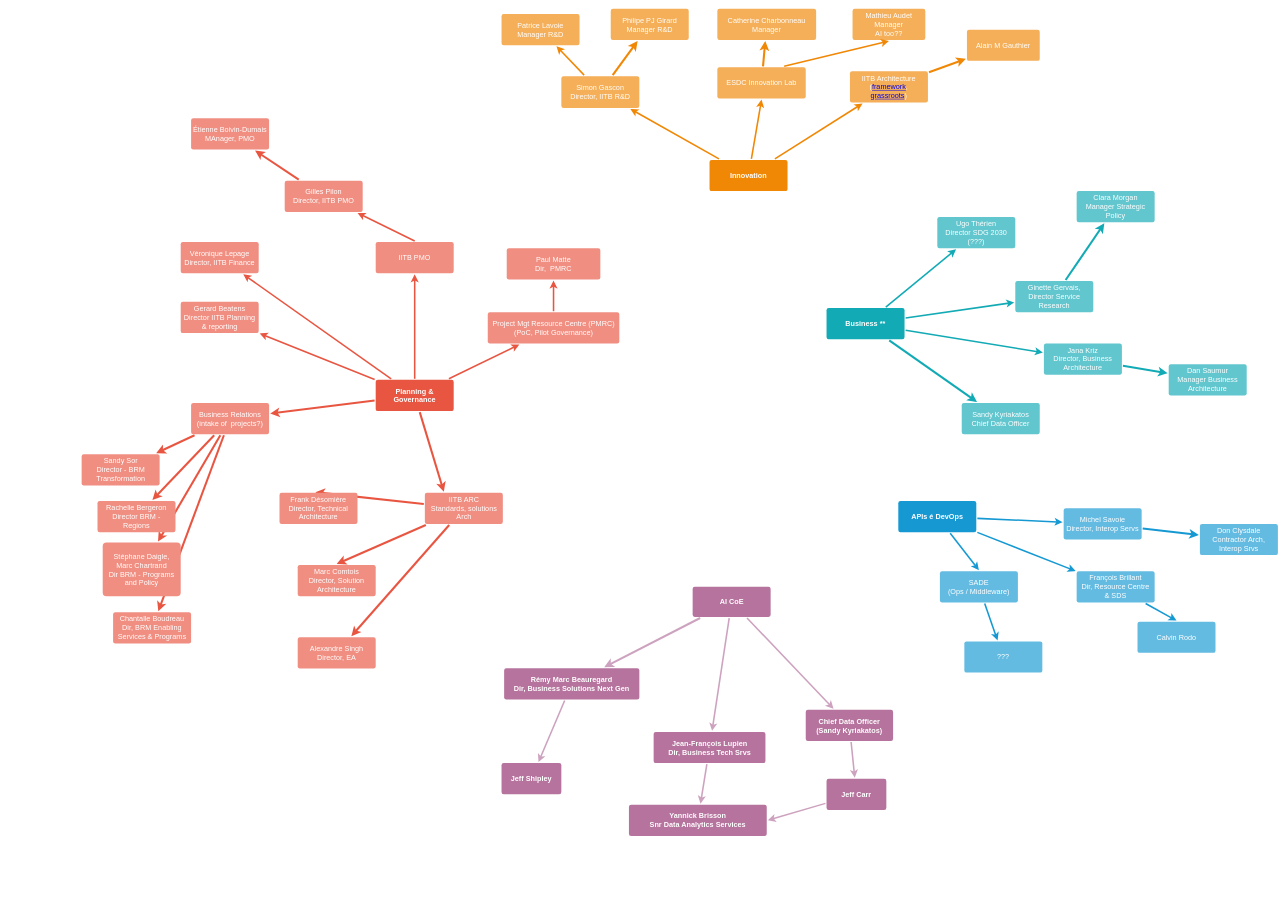
sara-sabr/ITStrategy keeps this draw.io diagram as ReferenceMaterials/Stakeholder MindMap.drawio. Above is the earlier version. Source tidied: cells renumbered, new cells numbered last; positions are measured from the earlier drawing's top-left corner, leaving out a move shared by most shapes. Both pictures are drawn from the tidied source at 52%, with x=0, y=0 at pixel (82, 9).
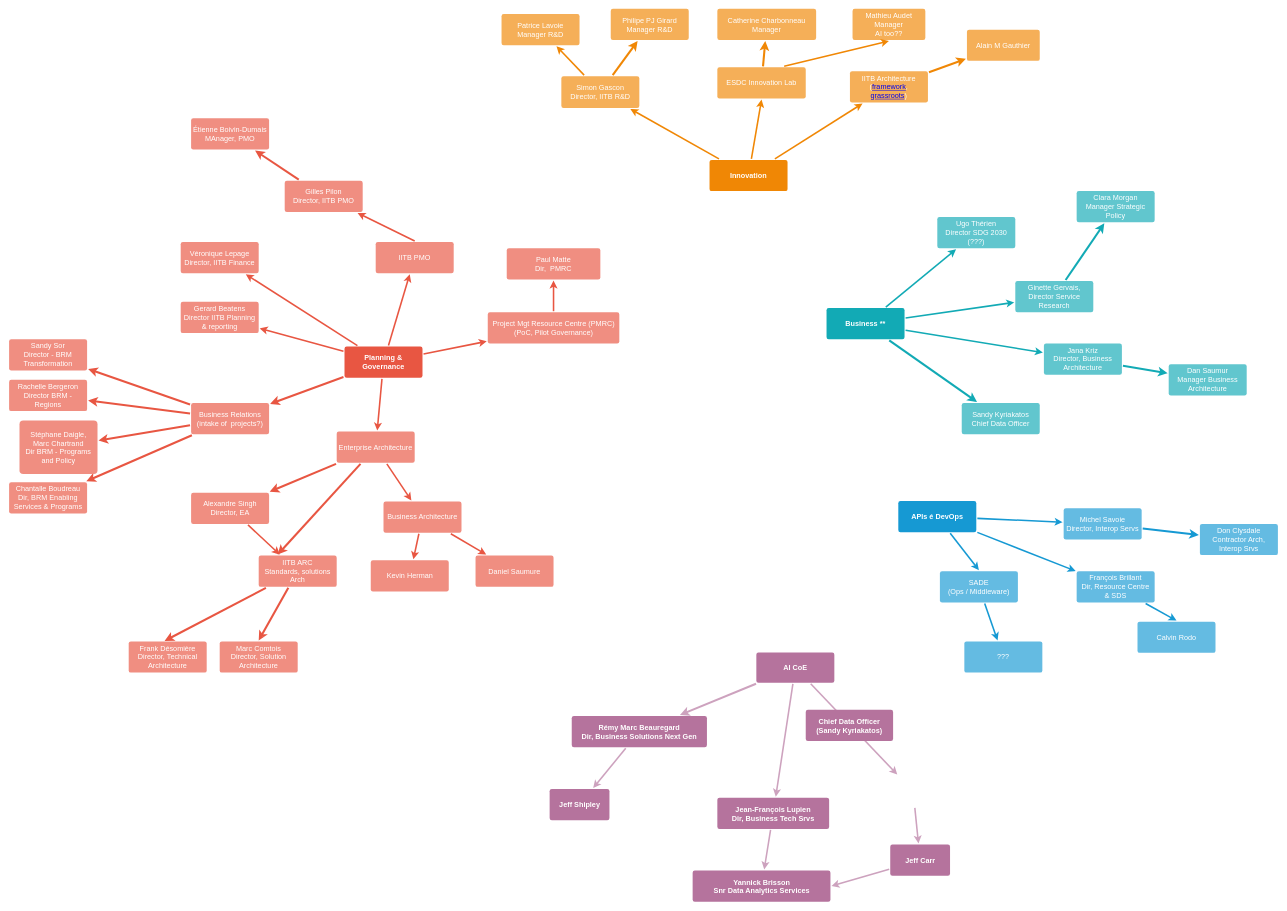
The same diagram, later.

Unchanged cells that the change refers to:
```xml
<mxCell id="74" value="&lt;div&gt;Chief Data Officer&lt;/div&gt;&lt;div&gt;(Sandy Kyriakatos)&lt;br&gt;&lt;/div&gt;" style="rounded=1;whiteSpace=wrap;html=1;shadow=0;labelBackgroundColor=none;strokeColor=none;strokeWidth=3;fillColor=#B5739D;fontFamily=Helvetica;fontSize=14;fontColor=#FFFFFF;align=center;spacing=5;fontStyle=1;arcSize=7;perimeterSpacing=2;" parent="1" vertex="1">
  <mxGeometry x="1392" y="1347.5" width="168" height="60" as="geometry" />
</mxCell>
```

Change to the diagram source:
```diff
@@
-    <mxCell id="5" style="edgeStyle=none;rounded=0;jettySize=auto;html=1;strokeColor=#E85642;strokeWidth=4;entryX=0.25;entryY=0;entryDx=0;entryDy=0;" parent="1" edge="1" source="8" target="49">
+    <mxCell id="5" style="edgeStyle=none;rounded=0;jettySize=auto;html=1;strokeColor=#E85642;strokeWidth=4;entryX=0.25;entryY=0;entryDx=0;entryDy=0;" parent="1" edge="1" source="95" target="49">
       <mxGeometry relative="1" as="geometry" />
     </mxCell>
@@
+    <mxCell id="92" style="rounded=0;jettySize=auto;html=1;strokeWidth=3;strokeColor=#E85642;" parent="1" edge="1" source="8" target="95">
+      <mxGeometry relative="1" as="geometry" />
+    </mxCell>
     <mxCell id="8" value="Planning &amp;amp; Governance" style="rounded=1;whiteSpace=wrap;html=1;shadow=0;labelBackgroundColor=none;strokeColor=none;strokeWidth=3;fillColor=#e85642;fontFamily=Helvetica;fontSize=14;fontColor=#FFFFFF;align=center;spacing=5;fontStyle=1;arcSize=7;perimeterSpacing=2;" parent="1" vertex="1">
-      <mxGeometry x="565" y="713" width="150" height="60" as="geometry" />
+      <mxGeometry x="505" y="649" width="150" height="60" as="geometry" />
     </mxCell>
@@
-    <mxCell id="48" style="edgeStyle=none;rounded=0;jettySize=auto;html=1;strokeColor=#E85642;strokeWidth=4;" parent="1" edge="1" source="49" target="52">
+    <mxCell id="48" style="edgeStyle=none;rounded=0;jettySize=auto;html=1;strokeColor=#E85642;strokeWidth=4;" parent="1" edge="1" source="95" target="52">
       <mxGeometry relative="1" as="geometry" />
     </mxCell>
     <mxCell id="49" value="&lt;div&gt;IITB ARC&lt;/div&gt;&lt;div&gt;Standards, solutions Arch&lt;br&gt;&lt;/div&gt;" style="rounded=1;whiteSpace=wrap;html=1;shadow=0;labelBackgroundColor=none;strokeColor=none;strokeWidth=3;fillColor=#f08e81;fontFamily=Helvetica;fontSize=14;fontColor=#FFFFFF;align=center;spacing=5;fontStyle=0;arcSize=7;perimeterSpacing=2;" parent="1" vertex="1">
-      <mxGeometry x="659.5" y="930" width="150" height="60" as="geometry" />
+      <mxGeometry x="340" y="1051" width="150" height="60" as="geometry" />
     </mxCell>
     <mxCell id="50" value="&lt;div&gt;Frank Désomière&lt;/div&gt;&lt;div&gt;Director, Technical Architecture&lt;br&gt;&lt;/div&gt;" style="rounded=1;whiteSpace=wrap;html=1;shadow=0;labelBackgroundColor=none;strokeColor=none;strokeWidth=3;fillColor=#f08e81;fontFamily=Helvetica;fontSize=14;fontColor=#FFFFFF;align=center;spacing=5;fontStyle=0;arcSize=7;perimeterSpacing=2;" parent="1" vertex="1">
-      <mxGeometry x="380" y="930" width="150" height="60" as="geometry" />
+      <mxGeometry x="90" y="1216" width="150" height="60" as="geometry" />
     </mxCell>
     <mxCell id="51" value="&lt;div&gt;Marc Comtois&lt;br&gt;&lt;/div&gt;&lt;div&gt;Director, Solution Architecture&lt;br&gt;&lt;/div&gt;" style="rounded=1;whiteSpace=wrap;html=1;shadow=0;labelBackgroundColor=none;strokeColor=none;strokeWidth=3;fillColor=#f08e81;fontFamily=Helvetica;fontSize=14;fontColor=#FFFFFF;align=center;spacing=5;fontStyle=0;arcSize=7;perimeterSpacing=2;" parent="1" vertex="1">
-      <mxGeometry x="415" y="1069" width="150" height="60" as="geometry" />
+      <mxGeometry x="265" y="1216" width="150" height="60" as="geometry" />
     </mxCell>
+    <mxCell id="93" style="edgeStyle=none;rounded=0;jettySize=auto;html=1;strokeColor=#E85642;strokeWidth=3;" parent="1" edge="1" source="52" target="49">
+      <mxGeometry relative="1" as="geometry" />
+    </mxCell>
     <mxCell id="52" value="&lt;div&gt;Alexandre Singh&lt;/div&gt;&lt;div&gt;Director, EA&lt;br&gt;&lt;/div&gt;" style="rounded=1;whiteSpace=wrap;html=1;shadow=0;labelBackgroundColor=none;strokeColor=none;strokeWidth=3;fillColor=#f08e81;fontFamily=Helvetica;fontSize=14;fontColor=#FFFFFF;align=center;spacing=5;fontStyle=0;arcSize=7;perimeterSpacing=2;" parent="1" vertex="1">
-      <mxGeometry x="415" y="1208" width="150" height="60" as="geometry" />
+      <mxGeometry x="210" y="930" width="150" height="60" as="geometry" />
     </mxCell>
@@
     <mxCell id="63" value="&lt;div&gt;Sandy Sor&lt;/div&gt;&lt;div&gt;Director - BRM Transformation&lt;br&gt;&lt;/div&gt;" style="rounded=1;whiteSpace=wrap;html=1;shadow=0;labelBackgroundColor=none;strokeColor=none;strokeWidth=3;fillColor=#f08e81;fontFamily=Helvetica;fontSize=14;fontColor=#FFFFFF;align=center;spacing=5;fontStyle=0;arcSize=7;perimeterSpacing=2;" parent="1" vertex="1">
-      <mxGeometry x="-0.5" y="856" width="150" height="60" as="geometry" />
+      <mxGeometry x="-140" y="635" width="150" height="60" as="geometry" />
     </mxCell>
     <mxCell id="64" value="&lt;div&gt;Rachelle Bergeron&lt;/div&gt;&lt;div&gt;Director BRM - Regions&lt;br&gt;&lt;/div&gt;" style="rounded=1;whiteSpace=wrap;html=1;shadow=0;labelBackgroundColor=none;strokeColor=none;strokeWidth=3;fillColor=#f08e81;fontFamily=Helvetica;fontSize=14;fontColor=#FFFFFF;align=center;spacing=5;fontStyle=0;arcSize=7;perimeterSpacing=2;" parent="1" vertex="1">
-      <mxGeometry x="30" y="946" width="150" height="60" as="geometry" />
+      <mxGeometry x="-140" y="713" width="150" height="60" as="geometry" />
     </mxCell>
     <mxCell id="65" value="&lt;div&gt;Stéphane Daigle, Marc Chartrand&lt;/div&gt;&lt;div&gt;Dir BRM - Programs and Policy&lt;br&gt;&lt;/div&gt;" style="rounded=1;whiteSpace=wrap;html=1;shadow=0;labelBackgroundColor=none;strokeColor=none;strokeWidth=3;fillColor=#f08e81;fontFamily=Helvetica;fontSize=14;fontColor=#FFFFFF;align=center;spacing=5;fontStyle=0;arcSize=7;perimeterSpacing=2;" parent="1" vertex="1">
-      <mxGeometry x="40" y="1026" width="150" height="103" as="geometry" />
+      <mxGeometry x="-120" y="791" width="150" height="103" as="geometry" />
     </mxCell>
     <mxCell id="66" value="&lt;div&gt;Chantalle Boudreau&lt;/div&gt;&lt;div&gt;Dir, BRM Enabling Services &amp;amp; Programs&lt;br&gt;&lt;/div&gt;" style="rounded=1;whiteSpace=wrap;html=1;shadow=0;labelBackgroundColor=none;strokeColor=none;strokeWidth=3;fillColor=#f08e81;fontFamily=Helvetica;fontSize=14;fontColor=#FFFFFF;align=center;spacing=5;fontStyle=0;arcSize=7;perimeterSpacing=2;" parent="1" vertex="1">
-      <mxGeometry x="60" y="1160" width="150" height="60" as="geometry" />
+      <mxGeometry x="-140" y="910" width="150" height="60" as="geometry" />
     </mxCell>
@@
-    <mxCell id="68" style="rounded=0;jettySize=auto;html=1;strokeColor=#CDA2BE;strokeWidth=3;" parent="1" edge="1" source="70" target="74">
-      <mxGeometry relative="1" as="geometry" />
+    <mxCell id="68" style="rounded=0;jettySize=auto;html=1;strokeColor=#CDA2BE;strokeWidth=3;" parent="1" edge="1" source="70">
+      <mxGeometry relative="1" as="geometry">
+        <mxPoint x="1568" y="1472" as="targetPoint" />
+      </mxGeometry>
     </mxCell>
@@
     <mxCell id="70" value="AI CoE" style="rounded=1;whiteSpace=wrap;html=1;shadow=0;labelBackgroundColor=none;strokeColor=none;strokeWidth=3;fillColor=#B5739D;fontFamily=Helvetica;fontSize=14;fontColor=#FFFFFF;align=center;spacing=5;fontStyle=1;arcSize=7;perimeterSpacing=2;" parent="1" vertex="1">
-      <mxGeometry x="1174.5" y="1111" width="150" height="58" as="geometry" />
+      <mxGeometry x="1297" y="1237.5" width="150" height="58" as="geometry" />
     </mxCell>
@@
     <mxCell id="72" value="&lt;div&gt;Rémy Marc Beauregard&lt;/div&gt;&lt;div&gt;Dir, Business Solutions Next Gen&lt;br&gt;&lt;/div&gt;" style="rounded=1;whiteSpace=wrap;html=1;shadow=0;labelBackgroundColor=none;strokeColor=none;strokeWidth=3;fillColor=#B5739D;fontFamily=Helvetica;fontSize=14;fontColor=#FFFFFF;align=center;spacing=5;fontStyle=1;arcSize=7;perimeterSpacing=2;" parent="1" vertex="1">
-      <mxGeometry x="812" y="1267.5" width="260" height="60" as="geometry" />
+      <mxGeometry x="942" y="1359.5" width="260" height="60" as="geometry" />
     </mxCell>
-    <mxCell id="73" style="edgeStyle=none;rounded=0;jettySize=auto;html=1;strokeColor=#CDA2BE;strokeWidth=3;" parent="1" edge="1" source="74" target="76">
-      <mxGeometry relative="1" as="geometry" />
+    <mxCell id="73" style="edgeStyle=none;rounded=0;jettySize=auto;html=1;strokeColor=#CDA2BE;strokeWidth=3;" parent="1" edge="1" target="76">
+      <mxGeometry relative="1" as="geometry">
+        <mxPoint x="1601.8" y="1536" as="sourcePoint" />
+      </mxGeometry>
     </mxCell>
@@
     <mxCell id="76" value="Jeff Carr" style="rounded=1;whiteSpace=wrap;html=1;shadow=0;labelBackgroundColor=none;strokeColor=none;strokeWidth=3;fillColor=#B5739D;fontFamily=Helvetica;fontSize=14;fontColor=#FFFFFF;align=center;spacing=5;fontStyle=1;arcSize=7;perimeterSpacing=2;" parent="1" vertex="1">
-      <mxGeometry x="1432" y="1480" width="115" height="60" as="geometry" />
+      <mxGeometry x="1554.5" y="1606.5" width="115" height="60" as="geometry" />
     </mxCell>
     <mxCell id="77" value="Jeff Shipley" style="rounded=1;whiteSpace=wrap;html=1;shadow=0;labelBackgroundColor=none;strokeColor=none;strokeWidth=3;fillColor=#B5739D;fontFamily=Helvetica;fontSize=14;fontColor=#FFFFFF;align=center;spacing=5;fontStyle=1;arcSize=7;perimeterSpacing=2;" parent="1" vertex="1">
-      <mxGeometry x="807" y="1450" width="115" height="60" as="geometry" />
+      <mxGeometry x="899.5" y="1500" width="115" height="60" as="geometry" />
     </mxCell>
     <mxCell id="78" value="&lt;div&gt;Yannick Brisson&lt;/div&gt;&lt;div&gt;Snr Data Analytics Services&lt;br&gt;&lt;/div&gt;" style="rounded=1;whiteSpace=wrap;html=1;shadow=0;labelBackgroundColor=none;strokeColor=none;strokeWidth=3;fillColor=#B5739D;fontFamily=Helvetica;fontSize=14;fontColor=#FFFFFF;align=center;spacing=5;fontStyle=1;arcSize=7;perimeterSpacing=2;" parent="1" vertex="1">
-      <mxGeometry x="1052" y="1530" width="265" height="60" as="geometry" />
+      <mxGeometry x="1174.5" y="1656.5" width="265" height="60" as="geometry" />
     </mxCell>
@@
     <mxCell id="80" value="&lt;div&gt;Jean-François Lupien&lt;/div&gt;&lt;div&gt;Dir, Business Tech Srvs&lt;br&gt;&lt;/div&gt;" style="rounded=1;whiteSpace=wrap;html=1;shadow=0;labelBackgroundColor=none;strokeColor=none;strokeWidth=3;fillColor=#B5739D;fontFamily=Helvetica;fontSize=14;fontColor=#FFFFFF;align=center;spacing=5;fontStyle=1;arcSize=7;perimeterSpacing=2;" parent="1" vertex="1">
-      <mxGeometry x="1099.5" y="1390" width="215" height="60" as="geometry" />
+      <mxGeometry x="1222" y="1516.5" width="215" height="60" as="geometry" />
     </mxCell>
@@
+    <mxCell id="94" style="edgeStyle=none;rounded=0;jettySize=auto;html=1;strokeColor=#E85642;strokeWidth=3;" parent="1" edge="1" source="95" target="98">
+      <mxGeometry relative="1" as="geometry" />
+    </mxCell>
+    <mxCell id="95" value="Enterprise Architecture" style="rounded=1;whiteSpace=wrap;html=1;shadow=0;labelBackgroundColor=none;strokeColor=none;strokeWidth=3;fillColor=#f08e81;fontFamily=Helvetica;fontSize=14;fontColor=#FFFFFF;align=center;spacing=5;fontStyle=0;arcSize=7;perimeterSpacing=2;" parent="1" vertex="1">
+      <mxGeometry x="490" y="812.5" width="150" height="60" as="geometry" />
+    </mxCell>
+    <mxCell id="96" style="edgeStyle=none;rounded=0;jettySize=auto;html=1;strokeColor=#E85642;strokeWidth=3;" parent="1" edge="1" source="98" target="99">
+      <mxGeometry relative="1" as="geometry" />
+    </mxCell>
+    <mxCell id="97" style="edgeStyle=none;rounded=0;jettySize=auto;html=1;strokeColor=#E85642;strokeWidth=3;" parent="1" edge="1" source="98" target="100">
+      <mxGeometry relative="1" as="geometry" />
+    </mxCell>
+    <mxCell id="98" value="Business Architecture" style="rounded=1;whiteSpace=wrap;html=1;shadow=0;labelBackgroundColor=none;strokeColor=none;strokeWidth=3;fillColor=#f08e81;fontFamily=Helvetica;fontSize=14;fontColor=#FFFFFF;align=center;spacing=5;fontStyle=0;arcSize=7;perimeterSpacing=2;" parent="1" vertex="1">
+      <mxGeometry x="580" y="947" width="150" height="60" as="geometry" />
+    </mxCell>
+    <mxCell id="99" value="Kevin Herman" style="rounded=1;whiteSpace=wrap;html=1;shadow=0;labelBackgroundColor=none;strokeColor=none;strokeWidth=3;fillColor=#f08e81;fontFamily=Helvetica;fontSize=14;fontColor=#FFFFFF;align=center;spacing=5;fontStyle=0;arcSize=7;perimeterSpacing=2;" parent="1" vertex="1">
+      <mxGeometry x="555.5" y="1060" width="150" height="60" as="geometry" />
+    </mxCell>
+    <mxCell id="100" value="Daniel Saumure" style="rounded=1;whiteSpace=wrap;html=1;shadow=0;labelBackgroundColor=none;strokeColor=none;strokeWidth=3;fillColor=#f08e81;fontFamily=Helvetica;fontSize=14;fontColor=#FFFFFF;align=center;spacing=5;fontStyle=0;arcSize=7;perimeterSpacing=2;" parent="1" vertex="1">
+      <mxGeometry x="757" y="1051" width="150" height="60" as="geometry" />
+    </mxCell>
```
